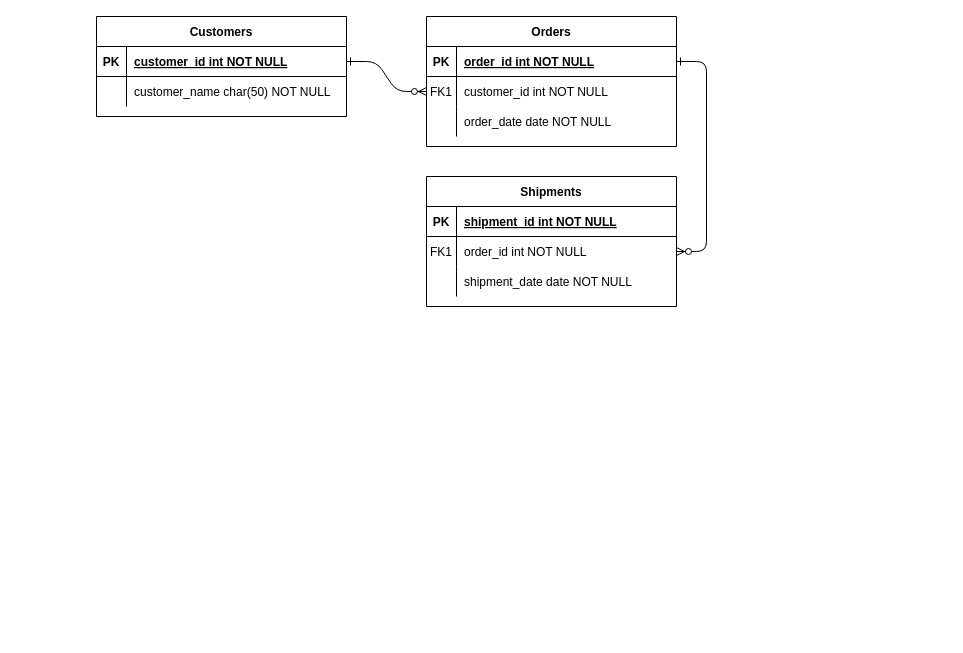
The draw.io diagram Untitled Diagram.drawio in wonjongseo/wonjongseo, before the edit. Source tidied: cells renumbered, new cells numbered last; positions are measured from the earlier drawing's top-left corner, leaving out a move shared by most shapes. Both pictures are drawn from the tidied source at 100%, with x=0, y=0 at pixel (96, 16).
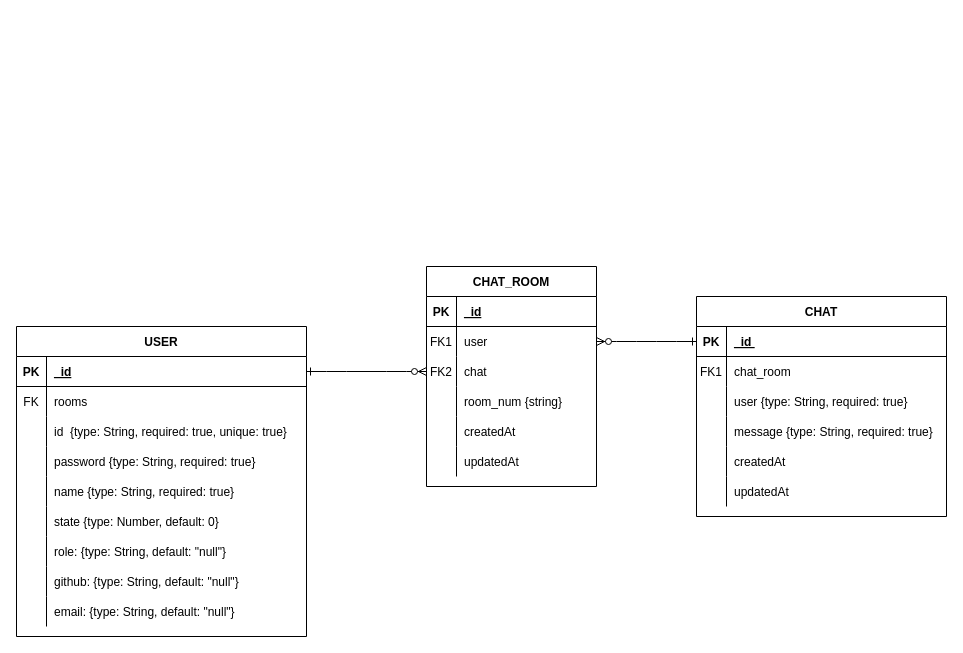
Above is the later version.

The change refers to these unchanged cells:
```xml
<mxCell id="5" style="shape=partialRectangle;fillColor=none;points=[[0,0.5],[1,0.5]];portConstraint=eastwest;top=0;left=0;right=0;bottom=1;" parent="4" vertex="1">
  <mxGeometry y="30" width="250" height="30" as="geometry" />
</mxCell>
<mxCell id="8" style="shape=partialRectangle;fillColor=none;points=[[0,0.5],[1,0.5]];portConstraint=eastwest;top=0;left=0;right=0;bottom=0;" parent="4" vertex="1">
  <mxGeometry y="60" width="250" height="30" as="geometry" />
</mxCell>
<mxCell id="11" style="shape=partialRectangle;fillColor=none;top=0;left=0;right=0;bottom=0;" parent="4" vertex="1">
  <mxGeometry y="90" width="250" height="30" as="geometry" />
</mxCell>
```

The edit, as a diff of the source:
```diff
@@
-    <mxCell id="2" style="edgeStyle=entityRelationEdgeStyle;endArrow=ERzeroToMany;startArrow=ERone;endFill=1;startFill=0;" parent="1" edge="1" source="25" target="8">
+    <mxCell id="2" style="edgeStyle=entityRelationEdgeStyle;endArrow=ERzeroToMany;startArrow=ERone;endFill=1;startFill=0;entryX=0;entryY=0.5;entryDx=0;entryDy=0;" parent="1" edge="1" source="25" target="40">
       <mxGeometry relative="1" as="geometry" />
     </mxCell>
@@
-    <mxCell id="4" value="Orders" style="shape=table;startSize=30;childLayout=tableLayout;rowLines=0;fontStyle=1;align=center;" parent="1" vertex="1">
-      <mxGeometry x="330" width="250" height="130" as="geometry" />
+    <mxCell id="4" value="CHAT" style="shape=table;startSize=30;childLayout=tableLayout;rowLines=0;fontStyle=1;align=center;" parent="1" vertex="1">
+      <mxGeometry x="600" y="280" width="250" height="220" as="geometry" />
     </mxCell>
@@
-    <mxCell id="7" value="order_id int NOT NULL " style="shape=partialRectangle;overflow=hidden;fillColor=none;top=0;left=0;bottom=0;right=0;align=left;spacingLeft=6;fontStyle=5;" parent="5" vertex="1">
+    <mxCell id="7" value="_id " style="shape=partialRectangle;overflow=hidden;fillColor=none;top=0;left=0;bottom=0;right=0;align=left;spacingLeft=6;fontStyle=5;" parent="5" vertex="1">
       <mxGeometry x="30" width="220" height="30" as="geometry" />
     </mxCell>
@@
-    <mxCell id="10" value="customer_id int NOT NULL" style="shape=partialRectangle;overflow=hidden;fillColor=none;top=0;left=0;bottom=0;right=0;align=left;spacingLeft=6;" parent="8" vertex="1">
+    <mxCell id="10" value="chat_room" style="shape=partialRectangle;overflow=hidden;fillColor=none;top=0;left=0;bottom=0;right=0;align=left;spacingLeft=6;" parent="8" vertex="1">
       <mxGeometry x="30" width="220" height="30" as="geometry" />
     </mxCell>
@@
-    <mxCell id="13" value="order_date date NOT NULL" style="shape=partialRectangle;overflow=hidden;fillColor=none;top=0;left=0;bottom=0;right=0;align=left;spacingLeft=6;" parent="11" vertex="1">
+    <mxCell id="13" value="user {type: String, required: true}" style="shape=partialRectangle;overflow=hidden;fillColor=none;top=0;left=0;bottom=0;right=0;align=left;spacingLeft=6;" parent="11" vertex="1">
       <mxGeometry x="30" width="220" height="30" as="geometry" />
     </mxCell>
+    <mxCell id="31" style="shape=partialRectangle;fillColor=none;top=0;left=0;right=0;bottom=0;" parent="4" vertex="1">
+      <mxGeometry y="120" width="250" height="30" as="geometry" />
+    </mxCell>
+    <mxCell id="32" style="shape=partialRectangle;overflow=hidden;fillColor=none;top=0;left=0;bottom=0;right=0;" parent="31" vertex="1">
+      <mxGeometry width="30" height="30" as="geometry" />
+    </mxCell>
+    <mxCell id="33" value="message {type: String, required: true}" style="shape=partialRectangle;overflow=hidden;fillColor=none;top=0;left=0;bottom=0;right=0;align=left;spacingLeft=6;" parent="31" vertex="1">
+      <mxGeometry x="30" width="220" height="30" as="geometry" />
+    </mxCell>
+    <mxCell id="34" style="shape=partialRectangle;fillColor=none;top=0;left=0;right=0;bottom=0;" parent="4" vertex="1">
+      <mxGeometry y="150" width="250" height="30" as="geometry" />
+    </mxCell>
+    <mxCell id="35" style="shape=partialRectangle;overflow=hidden;fillColor=none;top=0;left=0;bottom=0;right=0;" parent="34" vertex="1">
+      <mxGeometry width="30" height="30" as="geometry" />
+    </mxCell>
+    <mxCell id="36" value="createdAt" style="shape=partialRectangle;overflow=hidden;fillColor=none;top=0;left=0;bottom=0;right=0;align=left;spacingLeft=6;" parent="34" vertex="1">
+      <mxGeometry x="30" width="220" height="30" as="geometry" />
+    </mxCell>
+    <mxCell id="37" style="shape=partialRectangle;fillColor=none;top=0;left=0;right=0;bottom=0;" parent="4" vertex="1">
+      <mxGeometry y="180" width="250" height="30" as="geometry" />
+    </mxCell>
+    <mxCell id="38" style="shape=partialRectangle;overflow=hidden;fillColor=none;top=0;left=0;bottom=0;right=0;" parent="37" vertex="1">
+      <mxGeometry width="30" height="30" as="geometry" />
+    </mxCell>
+    <mxCell id="39" value="updatedAt" style="shape=partialRectangle;overflow=hidden;fillColor=none;top=0;left=0;bottom=0;right=0;align=left;spacingLeft=6;" parent="37" vertex="1">
+      <mxGeometry x="30" width="220" height="30" as="geometry" />
+    </mxCell>
-    <mxCell id="14" value="Shipments" style="shape=table;startSize=30;childLayout=tableLayout;rowLines=0;fontStyle=1;align=center;" parent="1" vertex="1">
-      <mxGeometry x="330" y="160" width="250" height="130" as="geometry" />
+    <mxCell id="14" value="CHAT_ROOM" style="shape=table;startSize=30;childLayout=tableLayout;rowLines=0;fontStyle=1;align=center;" parent="1" vertex="1">
+      <mxGeometry x="330" y="250" width="170" height="220" as="geometry" />
     </mxCell>
     <mxCell id="15" style="shape=partialRectangle;fillColor=none;top=0;left=0;right=0;bottom=1;" parent="14" vertex="1">
-      <mxGeometry y="30" width="250" height="30" as="geometry" />
+      <mxGeometry y="30" width="170" height="30" as="geometry" />
     </mxCell>
@@
-    <mxCell id="17" value="shipment_id int NOT NULL " style="shape=partialRectangle;overflow=hidden;fillColor=none;top=0;left=0;bottom=0;right=0;align=left;spacingLeft=6;fontStyle=5;" parent="15" vertex="1">
-      <mxGeometry x="30" width="220" height="30" as="geometry" />
+    <mxCell id="17" value="_id" style="shape=partialRectangle;overflow=hidden;fillColor=none;top=0;left=0;bottom=0;right=0;align=left;spacingLeft=6;fontStyle=5;" parent="15" vertex="1">
+      <mxGeometry x="30" width="140" height="30" as="geometry" />
     </mxCell>
     <mxCell id="18" style="shape=partialRectangle;fillColor=none;points=[[0,0.5],[1,0.5]];portConstraint=eastwest;top=0;left=0;right=0;bottom=0;" parent="14" vertex="1">
-      <mxGeometry y="60" width="250" height="30" as="geometry" />
+      <mxGeometry y="60" width="170" height="30" as="geometry" />
     </mxCell>
@@
-    <mxCell id="20" value="order_id int NOT NULL" style="shape=partialRectangle;overflow=hidden;fillColor=none;top=0;left=0;bottom=0;right=0;align=left;spacingLeft=6;" parent="18" vertex="1">
-      <mxGeometry x="30" width="220" height="30" as="geometry" />
+    <mxCell id="20" value="user" style="shape=partialRectangle;overflow=hidden;fillColor=none;top=0;left=0;bottom=0;right=0;align=left;spacingLeft=6;" parent="18" vertex="1">
+      <mxGeometry x="30" width="140" height="30" as="geometry" />
     </mxCell>
+    <mxCell id="40" style="shape=partialRectangle;fillColor=none;points=[[0,0.5],[1,0.5]];portConstraint=eastwest;top=0;left=0;right=0;bottom=0;" parent="14" vertex="1">
+      <mxGeometry y="90" width="170" height="30" as="geometry" />
+    </mxCell>
+    <mxCell id="41" value="FK2" style="shape=partialRectangle;overflow=hidden;fillColor=none;top=0;left=0;bottom=0;right=0;" parent="40" vertex="1">
+      <mxGeometry width="30" height="30" as="geometry" />
+    </mxCell>
+    <mxCell id="42" value="chat" style="shape=partialRectangle;overflow=hidden;fillColor=none;top=0;left=0;bottom=0;right=0;align=left;spacingLeft=6;" parent="40" vertex="1">
+      <mxGeometry x="30" width="140" height="30" as="geometry" />
+    </mxCell>
     <mxCell id="21" style="shape=partialRectangle;fillColor=none;top=0;left=0;right=0;bottom=0;" parent="14" vertex="1">
-      <mxGeometry y="90" width="250" height="30" as="geometry" />
+      <mxGeometry y="120" width="170" height="30" as="geometry" />
     </mxCell>
@@
-    <mxCell id="23" value="shipment_date date NOT NULL" style="shape=partialRectangle;overflow=hidden;fillColor=none;top=0;left=0;bottom=0;right=0;align=left;spacingLeft=6;" parent="21" vertex="1">
-      <mxGeometry x="30" width="220" height="30" as="geometry" />
+    <mxCell id="23" value="room_num {string}" style="shape=partialRectangle;overflow=hidden;fillColor=none;top=0;left=0;bottom=0;right=0;align=left;spacingLeft=6;" parent="21" vertex="1">
+      <mxGeometry x="30" width="140" height="30" as="geometry" />
     </mxCell>
+    <mxCell id="43" style="shape=partialRectangle;fillColor=none;top=0;left=0;right=0;bottom=0;" parent="14" vertex="1">
+      <mxGeometry y="150" width="170" height="30" as="geometry" />
+    </mxCell>
+    <mxCell id="44" style="shape=partialRectangle;overflow=hidden;fillColor=none;top=0;left=0;bottom=0;right=0;" parent="43" vertex="1">
+      <mxGeometry width="30" height="30" as="geometry" />
+    </mxCell>
+    <mxCell id="45" value="createdAt" style="shape=partialRectangle;overflow=hidden;fillColor=none;top=0;left=0;bottom=0;right=0;align=left;spacingLeft=6;" parent="43" vertex="1">
+      <mxGeometry x="30" width="140" height="30" as="geometry" />
+    </mxCell>
+    <mxCell id="46" style="shape=partialRectangle;fillColor=none;top=0;left=0;right=0;bottom=0;" parent="14" vertex="1">
+      <mxGeometry y="180" width="170" height="30" as="geometry" />
+    </mxCell>
+    <mxCell id="47" style="shape=partialRectangle;overflow=hidden;fillColor=none;top=0;left=0;bottom=0;right=0;" parent="46" vertex="1">
+      <mxGeometry width="30" height="30" as="geometry" />
+    </mxCell>
+    <mxCell id="48" value="updatedAt" style="shape=partialRectangle;overflow=hidden;fillColor=none;top=0;left=0;bottom=0;right=0;align=left;spacingLeft=6;" parent="46" vertex="1">
+      <mxGeometry x="30" width="140" height="30" as="geometry" />
+    </mxCell>
+    <mxCell id="49" style="edgeStyle=orthogonalEdgeStyle;rounded=0;orthogonalLoop=1;jettySize=auto;html=1;exitX=1;exitY=0.5;exitDx=0;exitDy=0;" parent="14" edge="1" source="40" target="40">
+      <mxGeometry relative="1" as="geometry" />
+    </mxCell>
-    <mxCell id="24" value="Customers" style="shape=table;startSize=30;childLayout=tableLayout;rowLines=0;fontStyle=1;align=center;" parent="1" vertex="1">
-      <mxGeometry width="250" height="100" as="geometry" />
+    <mxCell id="24" value="USER" style="shape=table;startSize=30;childLayout=tableLayout;rowLines=0;fontStyle=1;align=center;" parent="1" vertex="1">
+      <mxGeometry x="-80" y="310" width="290" height="310" as="geometry" />
     </mxCell>
     <mxCell id="25" style="shape=partialRectangle;fillColor=none;points=[[0,0.5],[1,0.5]];portConstraint=eastwest;top=0;left=0;right=0;bottom=1;" parent="24" vertex="1">
-      <mxGeometry y="30" width="250" height="30" as="geometry" />
+      <mxGeometry y="30" width="290" height="30" as="geometry" />
     </mxCell>
@@
-    <mxCell id="27" value="customer_id int NOT NULL " style="shape=partialRectangle;overflow=hidden;fillColor=none;top=0;left=0;bottom=0;right=0;align=left;spacingLeft=6;fontStyle=5;" parent="25" vertex="1">
-      <mxGeometry x="30" width="220" height="30" as="geometry" />
+    <mxCell id="27" value="_id" style="shape=partialRectangle;overflow=hidden;fillColor=none;top=0;left=0;bottom=0;right=0;align=left;spacingLeft=6;fontStyle=5;" parent="25" vertex="1">
+      <mxGeometry x="30" width="260" height="30" as="geometry" />
     </mxCell>
+    <mxCell id="50" style="shape=partialRectangle;fillColor=none;top=0;left=0;right=0;bottom=0;" parent="24" vertex="1">
+      <mxGeometry y="60" width="290" height="30" as="geometry" />
+    </mxCell>
+    <mxCell id="51" value="FK" style="shape=partialRectangle;overflow=hidden;fillColor=none;top=0;left=0;bottom=0;right=0;" parent="50" vertex="1">
+      <mxGeometry width="30" height="30" as="geometry" />
+    </mxCell>
+    <mxCell id="52" value="rooms" style="shape=partialRectangle;overflow=hidden;fillColor=none;top=0;left=0;bottom=0;right=0;align=left;spacingLeft=6;" parent="50" vertex="1">
+      <mxGeometry x="30" width="260" height="30" as="geometry" />
+    </mxCell>
     <mxCell id="28" style="shape=partialRectangle;fillColor=none;top=0;left=0;right=0;bottom=0;" parent="24" vertex="1">
-      <mxGeometry y="60" width="250" height="30" as="geometry" />
+      <mxGeometry y="90" width="290" height="30" as="geometry" />
     </mxCell>
@@
-    <mxCell id="30" value="customer_name char(50) NOT NULL" style="shape=partialRectangle;overflow=hidden;fillColor=none;top=0;left=0;bottom=0;right=0;align=left;spacingLeft=6;" parent="28" vertex="1">
-      <mxGeometry x="30" width="220" height="30" as="geometry" />
+    <mxCell id="30" value="id  {type: String, required: true, unique: true}" style="shape=partialRectangle;overflow=hidden;fillColor=none;top=0;left=0;bottom=0;right=0;align=left;spacingLeft=6;" parent="28" vertex="1">
+      <mxGeometry x="30" width="260" height="30" as="geometry" />
     </mxCell>
+    <mxCell id="53" style="shape=partialRectangle;fillColor=none;top=0;left=0;right=0;bottom=0;" parent="24" vertex="1">
+      <mxGeometry y="120" width="290" height="30" as="geometry" />
+    </mxCell>
+    <mxCell id="54" style="shape=partialRectangle;overflow=hidden;fillColor=none;top=0;left=0;bottom=0;right=0;" parent="53" vertex="1">
+      <mxGeometry width="30" height="30" as="geometry" />
+    </mxCell>
+    <mxCell id="55" value="password {type: String, required: true}" style="shape=partialRectangle;overflow=hidden;fillColor=none;top=0;left=0;bottom=0;right=0;align=left;spacingLeft=6;" parent="53" vertex="1">
+      <mxGeometry x="30" width="260" height="30" as="geometry" />
+    </mxCell>
+    <mxCell id="56" style="shape=partialRectangle;fillColor=none;top=0;left=0;right=0;bottom=0;" parent="24" vertex="1">
+      <mxGeometry y="150" width="290" height="30" as="geometry" />
+    </mxCell>
+    <mxCell id="57" style="shape=partialRectangle;overflow=hidden;fillColor=none;top=0;left=0;bottom=0;right=0;" parent="56" vertex="1">
+      <mxGeometry width="30" height="30" as="geometry" />
+    </mxCell>
+    <mxCell id="58" value="name {type: String, required: true}" style="shape=partialRectangle;overflow=hidden;fillColor=none;top=0;left=0;bottom=0;right=0;align=left;spacingLeft=6;" parent="56" vertex="1">
+      <mxGeometry x="30" width="260" height="30" as="geometry" />
+    </mxCell>
+    <mxCell id="59" style="shape=partialRectangle;fillColor=none;top=0;left=0;right=0;bottom=0;" parent="24" vertex="1">
+      <mxGeometry y="180" width="290" height="30" as="geometry" />
+    </mxCell>
+    <mxCell id="60" style="shape=partialRectangle;overflow=hidden;fillColor=none;top=0;left=0;bottom=0;right=0;" parent="59" vertex="1">
+      <mxGeometry width="30" height="30" as="geometry" />
+    </mxCell>
+    <mxCell id="61" value="state {type: Number, default: 0}" style="shape=partialRectangle;overflow=hidden;fillColor=none;top=0;left=0;bottom=0;right=0;align=left;spacingLeft=6;" parent="59" vertex="1">
+      <mxGeometry x="30" width="260" height="30" as="geometry" />
+    </mxCell>
+    <mxCell id="62" style="shape=partialRectangle;fillColor=none;top=0;left=0;right=0;bottom=0;" parent="24" vertex="1">
+      <mxGeometry y="210" width="290" height="30" as="geometry" />
+    </mxCell>
+    <mxCell id="63" style="shape=partialRectangle;overflow=hidden;fillColor=none;top=0;left=0;bottom=0;right=0;" parent="62" vertex="1">
+      <mxGeometry width="30" height="30" as="geometry" />
+    </mxCell>
+    <mxCell id="64" value="role: {type: String, default: &quot;null&quot;}" style="shape=partialRectangle;overflow=hidden;fillColor=none;top=0;left=0;bottom=0;right=0;align=left;spacingLeft=6;" parent="62" vertex="1">
+      <mxGeometry x="30" width="260" height="30" as="geometry" />
+    </mxCell>
+    <mxCell id="65" style="shape=partialRectangle;fillColor=none;top=0;left=0;right=0;bottom=0;" parent="24" vertex="1">
+      <mxGeometry y="240" width="290" height="30" as="geometry" />
+    </mxCell>
+    <mxCell id="66" style="shape=partialRectangle;overflow=hidden;fillColor=none;top=0;left=0;bottom=0;right=0;" parent="65" vertex="1">
+      <mxGeometry width="30" height="30" as="geometry" />
+    </mxCell>
+    <mxCell id="67" value="github: {type: String, default: &quot;null&quot;}" style="shape=partialRectangle;overflow=hidden;fillColor=none;top=0;left=0;bottom=0;right=0;align=left;spacingLeft=6;" parent="65" vertex="1">
+      <mxGeometry x="30" width="260" height="30" as="geometry" />
+    </mxCell>
+    <mxCell id="68" style="shape=partialRectangle;fillColor=none;top=0;left=0;right=0;bottom=0;" parent="24" vertex="1">
+      <mxGeometry y="270" width="290" height="30" as="geometry" />
+    </mxCell>
+    <mxCell id="69" style="shape=partialRectangle;overflow=hidden;fillColor=none;top=0;left=0;bottom=0;right=0;" parent="68" vertex="1">
+      <mxGeometry width="30" height="30" as="geometry" />
+    </mxCell>
+    <mxCell id="70" value="email: {type: String, default: &quot;null&quot;}" style="shape=partialRectangle;overflow=hidden;fillColor=none;top=0;left=0;bottom=0;right=0;align=left;spacingLeft=6;" parent="68" vertex="1">
+      <mxGeometry x="30" width="260" height="30" as="geometry" />
+    </mxCell>
```
